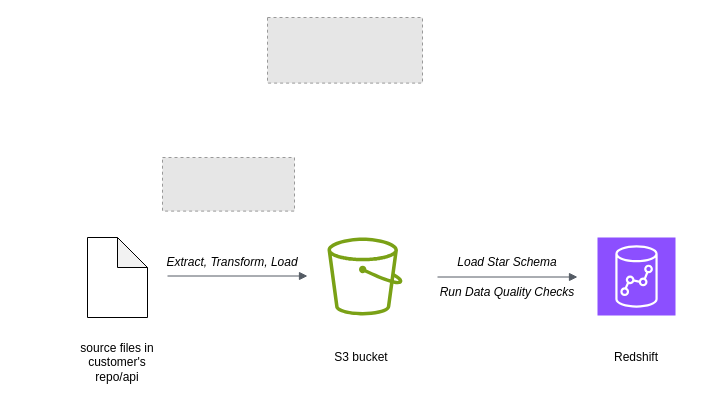
The draw.io diagram img/Unbenanntes Diagramm.drawio in NaomiRadke/DataEngineerCapstoneProject, before the edit. Source tidied: cells renumbered, new cells numbered last; positions are measured from the earlier drawing's top-left corner, leaving out a move shared by most shapes. Both pictures are drawn from the tidied source at 100%, with x=0, y=0 at pixel (72, 17). Pictures stored in the file or linked from it are replaced by grey dashed boxes.
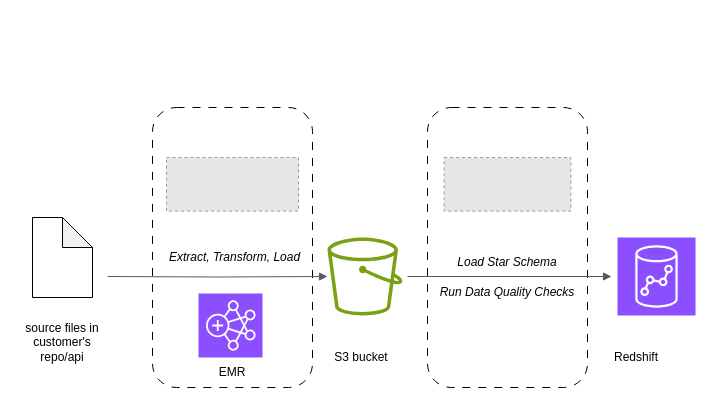
The same diagram, later.

Unchanged cells that the change refers to:
```xml
<mxCell id="4" style="sketch=0;outlineConnect=0;fontColor=#232F3E;gradientColor=none;fillColor=#7AA116;strokeColor=none;dashed=0;verticalLabelPosition=bottom;verticalAlign=top;align=center;html=1;fontSize=12;fontStyle=0;shape=mxgraph.aws4.bucket;" parent="1" vertex="1">
  <mxGeometry x="255" y="220" width="75" height="78" as="geometry" />
</mxCell>
```

Change to the diagram source:
```diff
@@
+    <mxCell id="13" value="Load Star Schema" style="text;html=1;strokeColor=none;fillColor=none;align=center;verticalAlign=middle;whiteSpace=wrap;rounded=0;fontStyle=2;" parent="1" vertex="1">
+      <mxGeometry x="365" y="230" width="140" height="30" as="geometry" />
+    </mxCell>
+    <mxCell id="14" value="Run Data Quality Checks" style="text;html=1;strokeColor=none;fillColor=none;align=center;verticalAlign=middle;whiteSpace=wrap;rounded=0;fontStyle=2;" parent="1" vertex="1">
+      <mxGeometry x="365" y="260" width="140" height="30" as="geometry" />
+    </mxCell>
+    <mxCell id="15" style="rounded=1;whiteSpace=wrap;html=1;labelBackgroundColor=none;fillColor=none;dashed=1;dashPattern=8 8;" parent="1" vertex="1">
+      <mxGeometry x="355" y="90" width="160" height="280" as="geometry" />
+    </mxCell>
+    <mxCell id="10" value="Extract, Transform, Load" style="text;html=1;strokeColor=none;fillColor=none;align=center;verticalAlign=middle;whiteSpace=wrap;rounded=0;fontStyle=2;" parent="1" vertex="1">
+      <mxGeometry x="95" y="225" width="135" height="30" as="geometry" />
+    </mxCell>
+    <mxCell id="16" style="rounded=1;whiteSpace=wrap;html=1;labelBackgroundColor=none;fillColor=none;dashed=1;dashPattern=8 8;" parent="1" vertex="1">
+      <mxGeometry x="80" y="90" width="160" height="280" as="geometry" />
+    </mxCell>
     <mxCell id="2" style="shape=note;whiteSpace=wrap;html=1;backgroundOutline=1;darkOpacity=0.05;" parent="1" vertex="1">
-      <mxGeometry x="15" y="220" width="60" height="80" as="geometry" />
+      <mxGeometry x="-40" y="200" width="60" height="80" as="geometry" />
     </mxCell>
     <mxCell id="3" value="source files in customer's repo/api" style="text;html=1;strokeColor=none;fillColor=none;align=center;verticalAlign=middle;whiteSpace=wrap;rounded=0;" parent="1" vertex="1">
-      <mxGeometry y="330" width="90" height="30" as="geometry" />
+      <mxGeometry x="-55" y="310" width="90" height="30" as="geometry" />
     </mxCell>
@@
     <mxCell id="5" style="sketch=0;fontColor=#232F3E;fillColor=#8C4FFF;strokeColor=#ffffff;dashed=0;verticalLabelPosition=bottom;verticalAlign=top;align=center;html=1;fontSize=12;fontStyle=0;shape=mxgraph.aws4.resourceIcon;resIcon=mxgraph.aws4.redshift;" parent="1" vertex="1">
-      <mxGeometry x="525" y="220" width="78" height="78" as="geometry" />
+      <mxGeometry x="545" y="220" width="78" height="78" as="geometry" />
     </mxCell>
-    <mxCell id="6" style="edgeStyle=orthogonalEdgeStyle;html=1;endArrow=block;elbow=vertical;startArrow=none;endFill=1;strokeColor=#545B64;rounded=0;" parent="1" edge="1">
+    <mxCell id="6" style="edgeStyle=orthogonalEdgeStyle;html=1;endArrow=block;elbow=vertical;startArrow=none;endFill=1;strokeColor=#545B64;rounded=0;" parent="1" edge="1" target="4">
       <mxGeometry relative="1" as="geometry">
-        <mxPoint x="95" y="258.5" as="sourcePoint" />
-        <mxPoint x="235" y="258.5" as="targetPoint" />
+        <mxPoint x="35" y="259" as="sourcePoint" />
       </mxGeometry>
     </mxCell>
-    <mxCell id="7" style="edgeStyle=orthogonalEdgeStyle;html=1;endArrow=block;elbow=vertical;startArrow=none;endFill=1;strokeColor=#545B64;rounded=0;" parent="1" edge="1">
-      <mxGeometry relative="1" as="geometry">
-        <mxPoint x="365" y="259.5" as="sourcePoint" />
-        <mxPoint x="505" y="259.5" as="targetPoint" />
-      </mxGeometry>
-    </mxCell>
@@
-    <mxCell id="10" value="Extract, Transform, Load" style="text;html=1;strokeColor=none;fillColor=none;align=center;verticalAlign=middle;whiteSpace=wrap;rounded=0;fontStyle=2;" parent="1" vertex="1">
-      <mxGeometry x="90" y="230" width="140" height="30" as="geometry" />
-    </mxCell>
     <mxCell id="11" style="fillColor=#E6E6E6;strokeColor=#999999;dashed=1;verticalLabelPosition=bottom;labelBackgroundColor=default;verticalAlign=top;" parent="1" vertex="1">
-      <mxGeometry x="90" y="140" width="132" height="53.6" as="geometry" />
+      <mxGeometry x="94" y="140" width="132" height="53.6" as="geometry" />
     </mxCell>
     <mxCell id="12" style="fillColor=#E6E6E6;strokeColor=#999999;dashed=1;verticalLabelPosition=bottom;labelBackgroundColor=default;verticalAlign=top;" parent="1" vertex="1">
-      <mxGeometry x="195" width="155" height="65.6" as="geometry" />
+      <mxGeometry x="371.6" y="140" width="126.8" height="53.6" as="geometry" />
     </mxCell>
-    <mxCell id="13" value="Load Star Schema" style="text;html=1;strokeColor=none;fillColor=none;align=center;verticalAlign=middle;whiteSpace=wrap;rounded=0;fontStyle=2;" parent="1" vertex="1">
-      <mxGeometry x="365" y="230" width="140" height="30" as="geometry" />
-    </mxCell>
-    <mxCell id="14" value="Run Data Quality Checks" style="text;html=1;strokeColor=none;fillColor=none;align=center;verticalAlign=middle;whiteSpace=wrap;rounded=0;fontStyle=2;" parent="1" vertex="1">
-      <mxGeometry x="365" y="260" width="140" height="30" as="geometry" />
-    </mxCell>
+    <mxCell id="17" style="edgeStyle=orthogonalEdgeStyle;rounded=0;orthogonalLoop=1;jettySize=auto;html=1;exitX=0.5;exitY=1;exitDx=0;exitDy=0;" parent="1" edge="1" source="12" target="12">
+      <mxGeometry relative="1" as="geometry" />
+    </mxCell>
+    <mxCell id="18" style="sketch=0;fontColor=#232F3E;fillColor=#8C4FFF;strokeColor=#ffffff;dashed=0;verticalLabelPosition=bottom;verticalAlign=top;align=center;html=1;fontSize=12;fontStyle=0;shape=mxgraph.aws4.resourceIcon;resIcon=mxgraph.aws4.emr;" parent="1" vertex="1">
+      <mxGeometry x="126" y="276" width="64" height="64" as="geometry" />
+    </mxCell>
+    <mxCell id="19" value="EMR" style="text;html=1;strokeColor=none;fillColor=none;align=center;verticalAlign=middle;whiteSpace=wrap;rounded=0;" parent="1" vertex="1">
+      <mxGeometry x="130" y="340" width="60" height="30" as="geometry" />
+    </mxCell>
+    <mxCell id="20" style="edgeStyle=orthogonalEdgeStyle;html=1;endArrow=block;elbow=vertical;startArrow=none;endFill=1;strokeColor=#545B64;rounded=0;" parent="1" edge="1">
+      <mxGeometry relative="1" as="geometry">
+        <mxPoint x="335" y="259" as="sourcePoint" />
+        <mxPoint x="539" y="259" as="targetPoint" />
+      </mxGeometry>
+    </mxCell>
```
